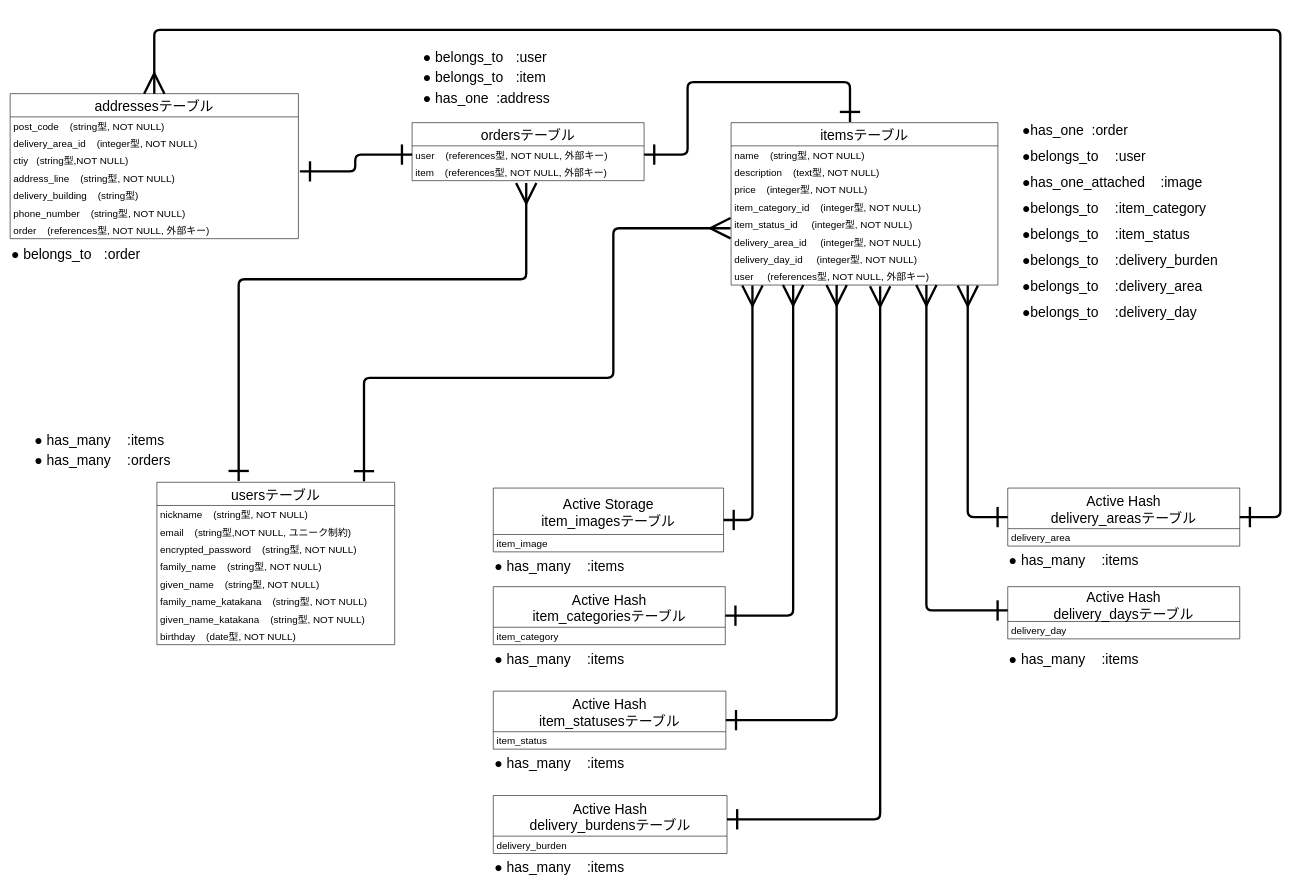
This is 相関図.dio from torako-san/furima-37647, a draw.io file, before an edit. Source tidied: cells renumbered, new cells numbered last; positions are measured from the earlier drawing's top-left corner, leaving out a move shared by most shapes. Both pictures are drawn from the tidied source at 58%, with x=0, y=0 at pixel (10, 30).
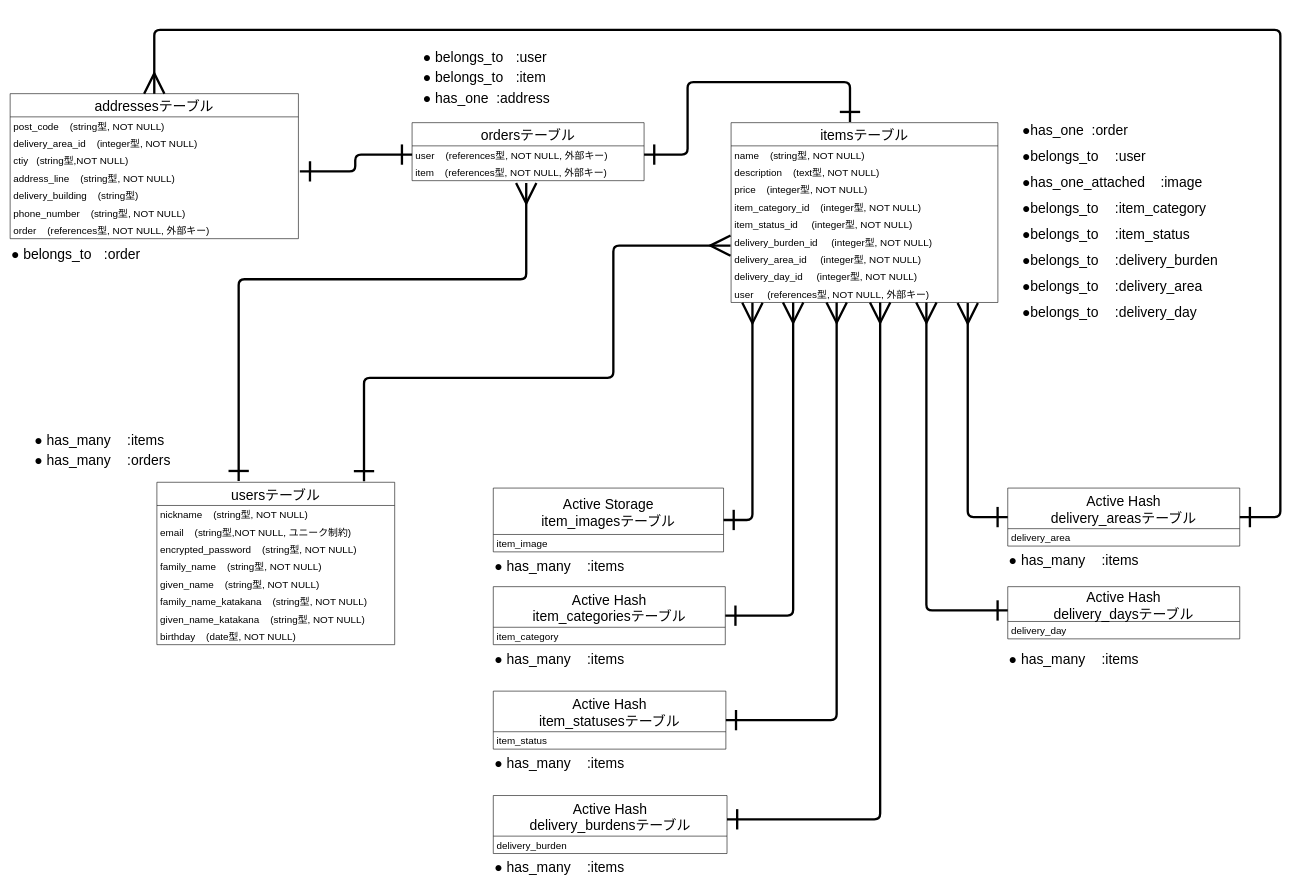
The same diagram, later.

Commit message:
相関図コミット忘れ

The change refers to these unchanged cells:
```xml
<mxCell id="2" value="usersテーブル" style="swimlane;fontStyle=0;horizontal=1;startSize=40;fontSize=24;" parent="1" vertex="1">
  <mxGeometry x="253" y="780" width="410" height="280" as="geometry" />
</mxCell>
<mxCell id="26" value="Active Hash&#10;item_categoriesテーブル" style="swimlane;fontStyle=0;horizontal=1;startSize=70;fontSize=24;" parent="1" vertex="1">
  <mxGeometry x="833" y="960" width="400" height="100" as="geometry" />
</mxCell>
```

What changed in the source:
```diff
@@
     <mxCell id="11" value="itemsテーブル" style="swimlane;fontStyle=0;horizontal=1;startSize=40;fontSize=24;" parent="1" vertex="1">
-      <mxGeometry x="1243" y="160" width="460" height="280" as="geometry" />
+      <mxGeometry x="1243" y="160" width="460" height="310" as="geometry" />
     </mxCell>
@@
+    <mxCell id="76" value="delivery_burden_id     (integer型, NOT NULL)" style="text;strokeColor=none;fillColor=none;align=left;verticalAlign=middle;spacingLeft=4;spacingRight=4;overflow=hidden;fontSize=17;" parent="11" vertex="1">
+      <mxGeometry y="190" width="460" height="30" as="geometry" />
+    </mxCell>
     <mxCell id="17" value="delivery_area_id     (integer型, NOT NULL)" style="text;strokeColor=none;fillColor=none;align=left;verticalAlign=middle;spacingLeft=4;spacingRight=4;overflow=hidden;points=[[0,0.5],[1,0.5]];portConstraint=eastwest;fontSize=17;" parent="11" vertex="1">
-      <mxGeometry y="190" width="460" height="30" as="geometry" />
+      <mxGeometry y="220" width="460" height="30" as="geometry" />
     </mxCell>
     <mxCell id="18" value="delivery_day_id     (integer型, NOT NULL)" style="text;strokeColor=none;fillColor=none;align=left;verticalAlign=middle;spacingLeft=4;spacingRight=4;overflow=hidden;fontSize=17;" parent="11" vertex="1">
-      <mxGeometry y="220" width="460" height="30" as="geometry" />
+      <mxGeometry y="250" width="460" height="30" as="geometry" />
     </mxCell>
     <mxCell id="19" value="user     (references型, NOT NULL, 外部キー)" style="text;strokeColor=none;fillColor=none;align=left;verticalAlign=middle;spacingLeft=4;spacingRight=4;overflow=hidden;points=[[0,0.5],[1,0.5]];portConstraint=eastwest;fontSize=17;" parent="11" vertex="1">
-      <mxGeometry y="250" width="460" height="30" as="geometry" />
+      <mxGeometry y="280" width="460" height="30" as="geometry" />
     </mxCell>
@@
     <mxCell id="38" style="endArrow=ERmany;html=1;fontFamily=Helvetica;fontSize=17;startSize=30;endSize=30;strokeWidth=4;jumpSize=7;edgeStyle=orthogonalEdgeStyle;startArrow=ERone;startFill=0;endFill=0;exitX=1;exitY=0.5;exitDx=0;exitDy=0;" parent="1" edge="1" source="26">
       <mxGeometry relative="1" as="geometry">
-        <mxPoint x="1350" y="440" as="targetPoint" />
+        <mxPoint x="1350" y="470" as="targetPoint" />
         <Array as="points">
           <mxPoint x="1350" y="1010" />
         </Array>
       </mxGeometry>
     </mxCell>
@@
     <mxCell id="40" style="endArrow=ERmany;html=1;fontFamily=Helvetica;fontSize=17;startSize=30;endSize=30;strokeWidth=4;jumpSize=7;edgeStyle=orthogonalEdgeStyle;startArrow=ERone;startFill=0;endFill=0;exitX=1;exitY=0.5;exitDx=0;exitDy=0;" parent="1" edge="1">
       <mxGeometry relative="1" as="geometry">
         <mxPoint x="1236" y="1361.1" as="sourcePoint" />
-        <mxPoint x="1500" y="442" as="targetPoint" />
+        <mxPoint x="1500" y="470" as="targetPoint" />
         <Array as="points">
           <mxPoint x="1500" y="1361" />
         </Array>
       </mxGeometry>
     </mxCell>
@@
     <mxCell id="58" style="edgeStyle=orthogonalEdgeStyle;jumpSize=7;html=1;fontFamily=Helvetica;fontSize=24;startArrow=ERmany;startFill=0;endArrow=ERone;endFill=0;startSize=30;endSize=30;strokeWidth=4;exitX=-0.002;exitY=-0.267;exitDx=0;exitDy=0;exitPerimeter=0;entryX=0.871;entryY=-0.006;entryDx=0;entryDy=0;entryPerimeter=0;" parent="1" edge="1" source="17" target="2">
       <mxGeometry relative="1" as="geometry">
         <Array as="points">
-          <mxPoint x="1040" y="342" />
+          <mxPoint x="1040" y="372" />
           <mxPoint x="1040" y="600" />
           <mxPoint x="610" y="600" />
         </Array>
       </mxGeometry>
     </mxCell>
```
